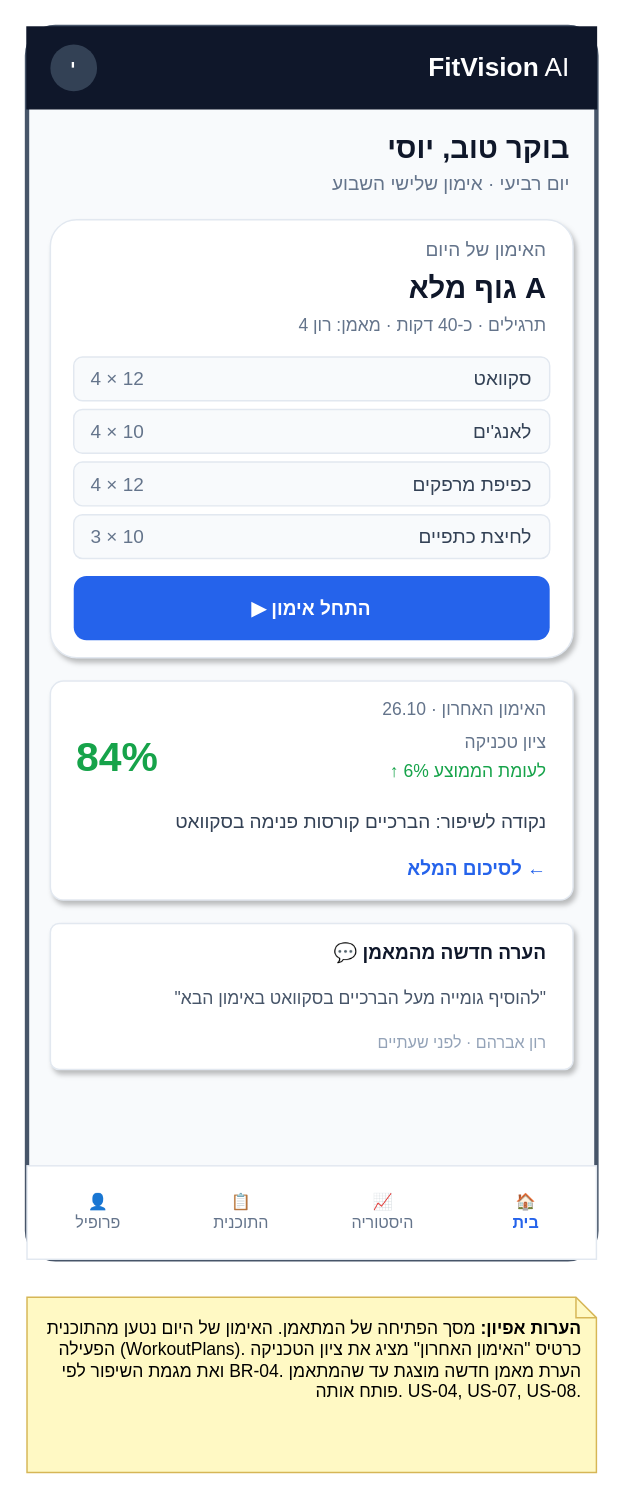
yakov-ashgar27/fitvision-ai keeps this draw.io diagram as page "מסך 1 – בית מתאמן (טלפון)" (1 of 5) of diagrams/drawio/FitVision_Wireframes.drawio. Above is the earlier version. Source tidied: cells renumbered, new cells numbered last; positions are measured from the earlier drawing's top-left corner, leaving out a move shared by most shapes. Both pictures are drawn from the tidied source at 146%, with x=0, y=0 at pixel (26, 26).
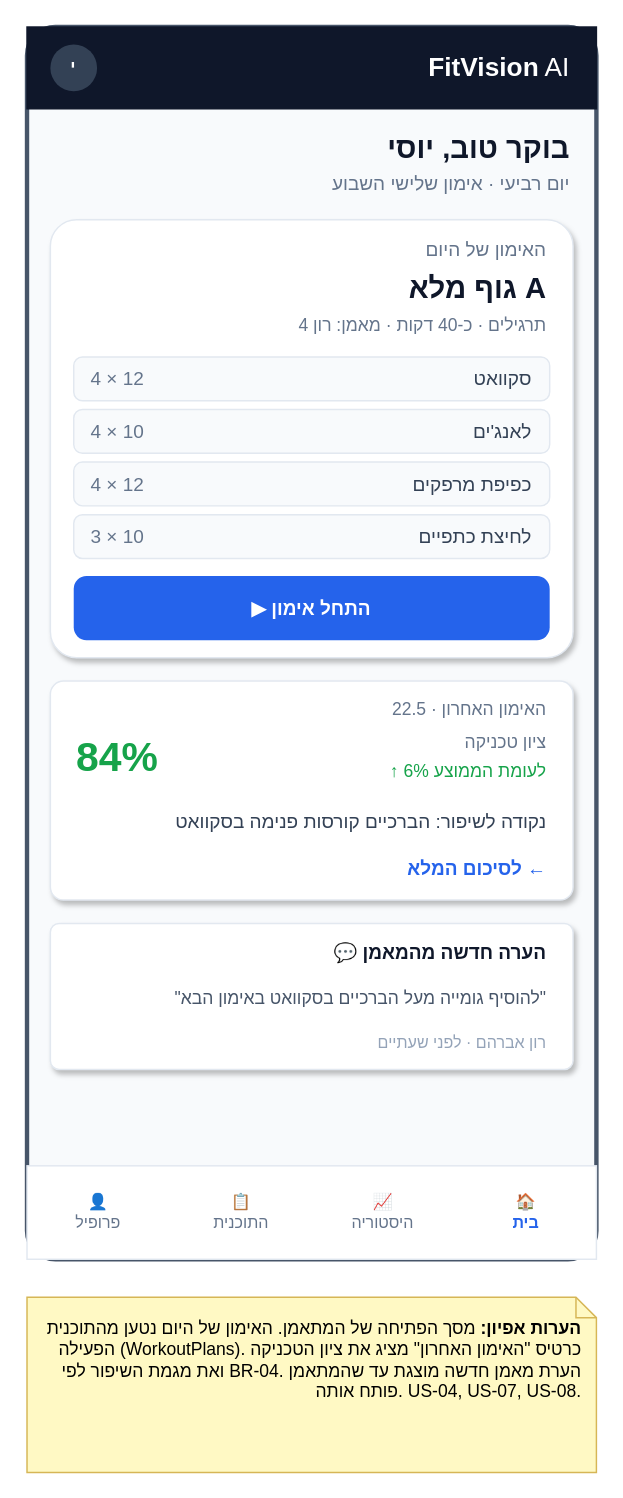
Above is the later version.

Diff of the diagram source:
```diff
@@
-    <mxCell id="26" value="האימון האחרון · 26.10" style="text;html=1;whiteSpace=wrap;fontSize=12;fontColor=#64748b;align=right;verticalAlign=middle;" parent="1" vertex="1">
+    <mxCell id="26" value="האימון האחרון · 22.5" style="text;html=1;whiteSpace=wrap;fontSize=12;fontColor=#64748b;align=right;verticalAlign=middle;" parent="1" vertex="1">
       <mxGeometry x="32" y="456" width="326" height="24" as="geometry" />
     </mxCell>
```
